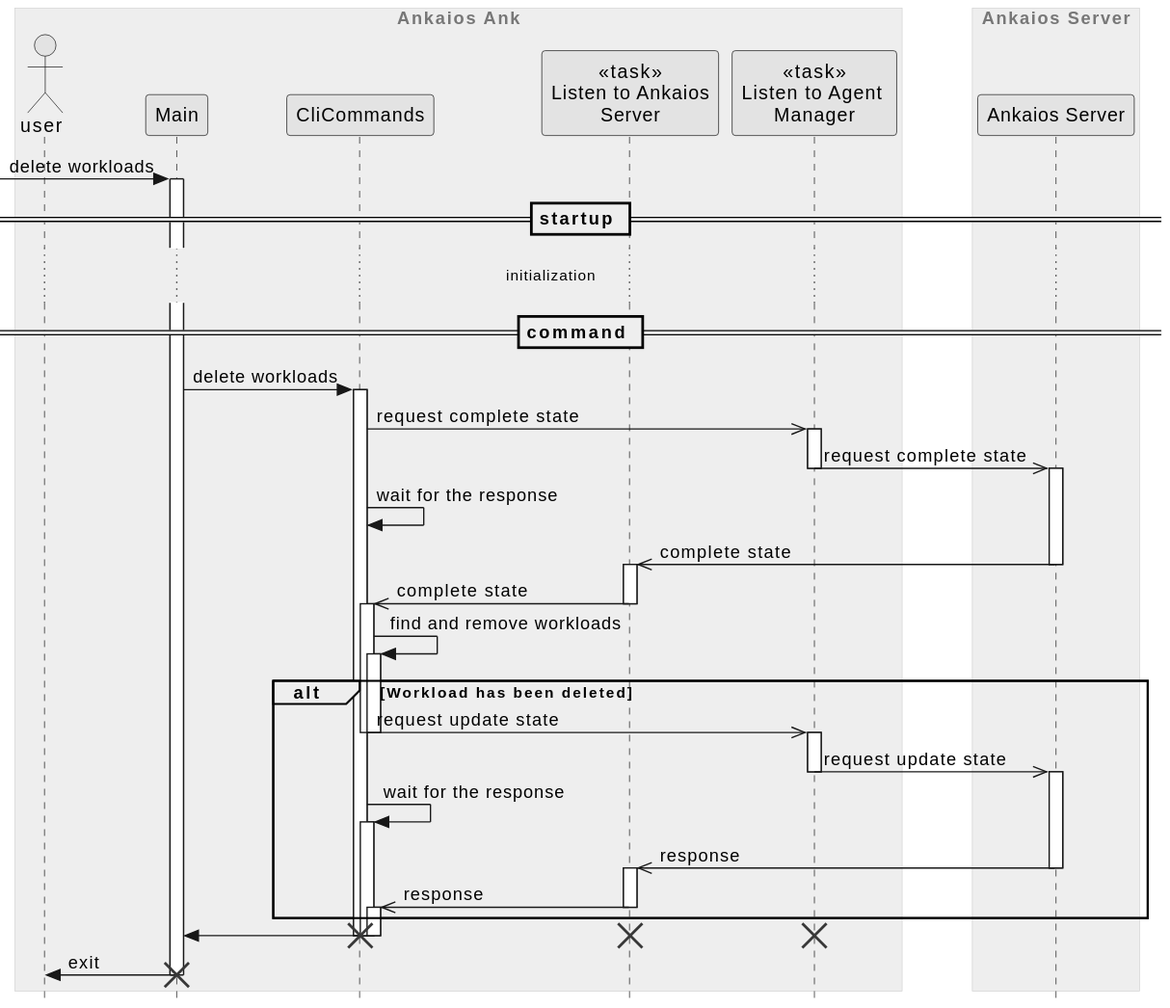
eclipse-ankaios/ankaios keeps this PlantUML diagram as ank/doc/swdesign/plantuml/seq_delete_workload.svg. Above is the earlier version.
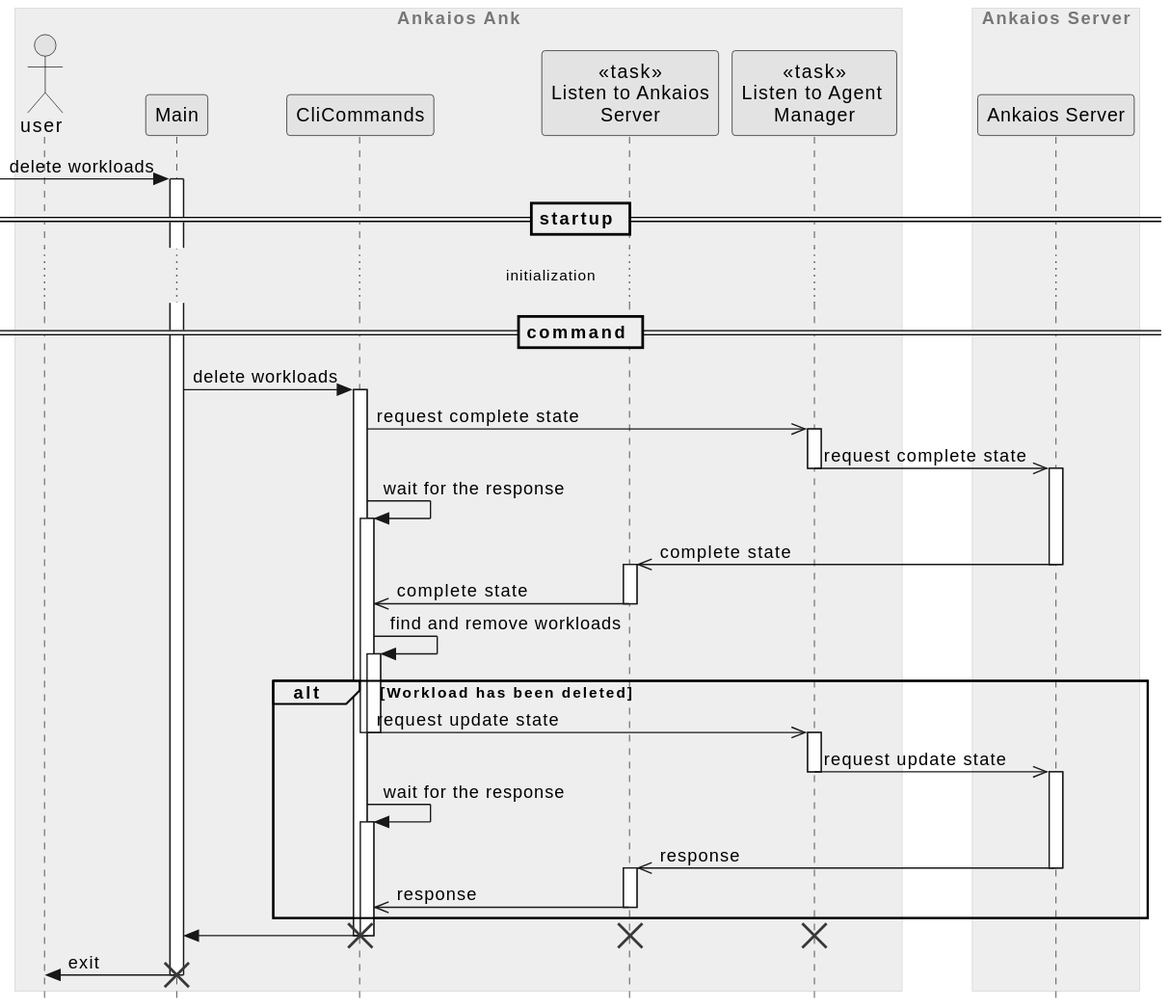
Above is the later version.

Change to the diagram source:
```diff
@@ -26,10 +26,10 @@
 cli_commands ->> listen_to_manager ++: request complete state
 listen_to_manager ->> server --++ : request complete state
 
-cli_commands -> cli_commands : wait for the response
+cli_commands -> cli_commands ++: wait for the response
 
 listen_to_server <<- server --++: complete state
-listen_to_server ->> cli_commands --++: complete state
+listen_to_server ->> cli_commands --: complete state
 cli_commands -> cli_commands ++: find and remove workloads
 
 alt Workload has been deleted
@@ -40,7 +40,7 @@
     cli_commands -> cli_commands ++: wait for the response
 
     listen_to_server <<- server --++: response
-    listen_to_server ->> cli_commands --++: response
+    listen_to_server ->> cli_commands --: response
 end
 main <- cli_commands --
 deactivate cli_commands
```
